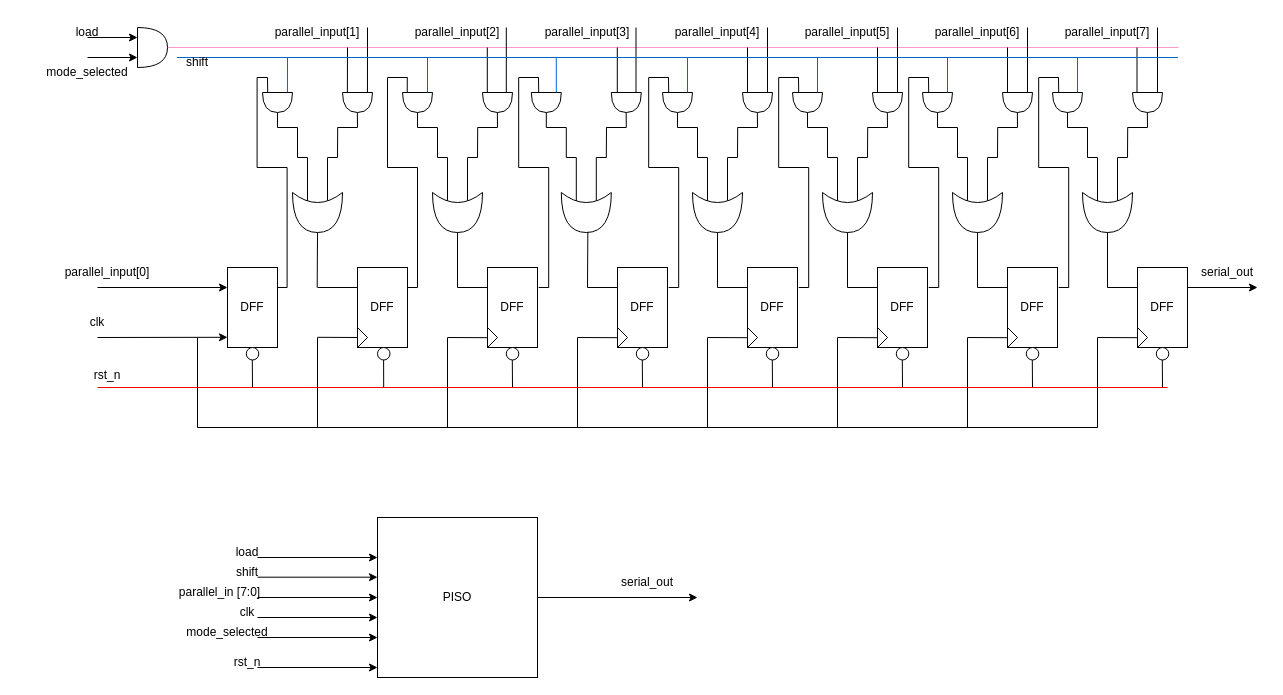
Before: page "PISO" (3 of 4) of Untitled Diagram.drawio in 106210049/SIPO_PISO, a draw.io diagram. Source tidied: cells renumbered, new cells numbered last; positions are measured from the earlier drawing's top-left corner, leaving out a move shared by most shapes. Both pictures are drawn from the tidied source at 100%, with x=0, y=0 at pixel (57, 17).
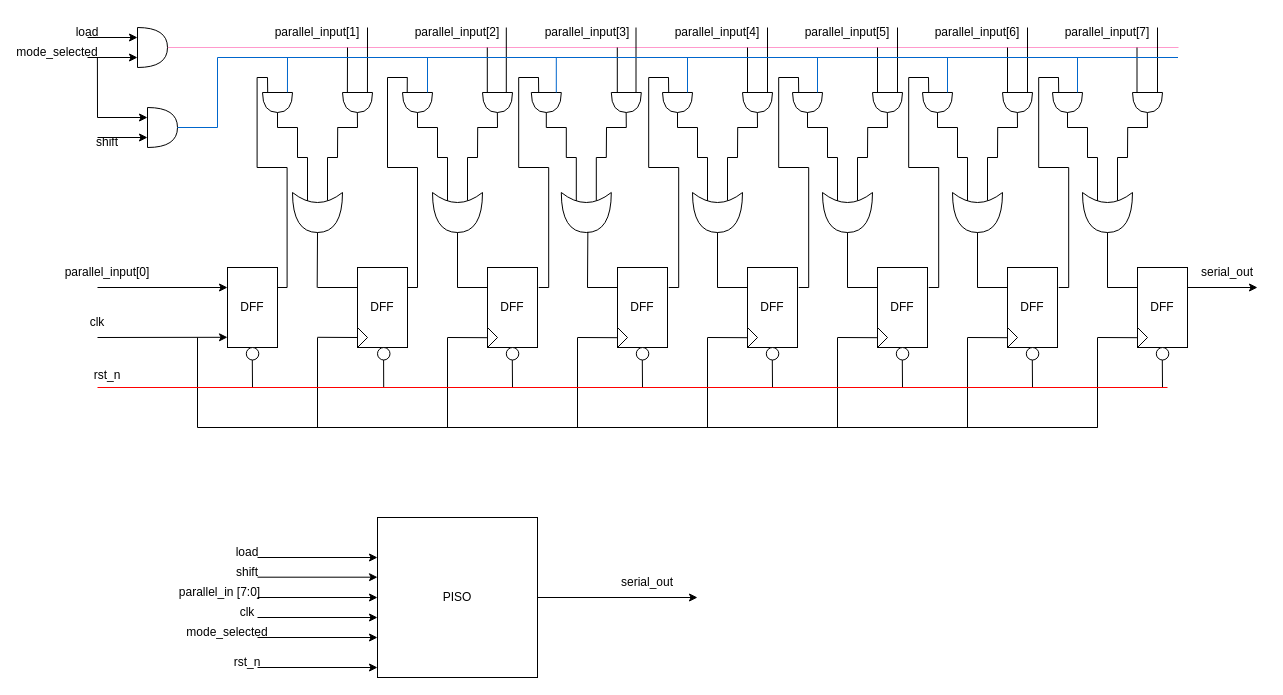
After the change.

The edit, as a diff of the source:
```diff
@@
     <mxCell id="173" style="endArrow=none;html=1;rounded=0;fontFamily=Helvetica;fontSize=12;fontColor=default;strokeColor=#0066CC;" parent="1" edge="1">
       <mxGeometry relative="1" as="geometry">
-        <mxPoint x="119.5" y="40" as="sourcePoint" />
+        <mxPoint x="160" y="40" as="sourcePoint" />
         <mxPoint x="1120.5" y="40" as="targetPoint" />
       </mxGeometry>
     </mxCell>
@@
     <mxCell id="224" value="shift" style="text;strokeColor=none;align=center;fillColor=none;html=1;verticalAlign=middle;whiteSpace=wrap;rounded=0;fontFamily=Helvetica;fontSize=12;fontColor=default;" parent="1" vertex="1">
-      <mxGeometry x="110" y="30" width="60" height="30" as="geometry" />
+      <mxGeometry x="20" y="110" width="60" height="30" as="geometry" />
     </mxCell>
@@
     <mxCell id="229" value="mode_selected" style="text;strokeColor=none;align=center;fillColor=none;html=1;verticalAlign=middle;whiteSpace=wrap;rounded=0;fontFamily=Helvetica;fontSize=12;fontColor=default;" parent="1" vertex="1">
-      <mxGeometry y="40" width="60" height="30" as="geometry" />
+      <mxGeometry x="-30" y="20" width="60" height="30" as="geometry" />
     </mxCell>
@@
+    <mxCell id="255" style="endArrow=none;html=1;rounded=0;strokeColor=#0066CC;" parent="1" edge="1">
+      <mxGeometry relative="1" as="geometry">
+        <mxPoint x="160" y="110" as="sourcePoint" />
+        <mxPoint x="160" y="40" as="targetPoint" />
+      </mxGeometry>
+    </mxCell>
+    <mxCell id="256" style="shape=or;whiteSpace=wrap;html=1;strokeColor=default;align=center;verticalAlign=middle;fontFamily=Helvetica;fontSize=12;fontColor=default;fillColor=default;" parent="1" vertex="1">
+      <mxGeometry x="90" y="90" width="30" height="40" as="geometry" />
+    </mxCell>
+    <mxCell id="257" style="endArrow=none;html=1;rounded=0;strokeColor=#0066CC;" parent="1" edge="1">
+      <mxGeometry relative="1" as="geometry">
+        <mxPoint x="120" y="110" as="sourcePoint" />
+        <mxPoint x="160" y="110" as="targetPoint" />
+      </mxGeometry>
+    </mxCell>
+    <mxCell id="258" style="endArrow=classic;html=1;rounded=0;fontFamily=Helvetica;fontSize=12;fontColor=default;" parent="1" edge="1">
+      <mxGeometry relative="1" as="geometry">
+        <mxPoint x="40" y="120" as="sourcePoint" />
+        <mxPoint x="90" y="120" as="targetPoint" />
+      </mxGeometry>
+    </mxCell>
+    <mxCell id="259" style="endArrow=none;html=1;rounded=0;" parent="1" edge="1">
+      <mxGeometry relative="1" as="geometry">
+        <mxPoint x="40" y="100" as="sourcePoint" />
+        <mxPoint x="39.9" y="40" as="targetPoint" />
+      </mxGeometry>
+    </mxCell>
+    <mxCell id="260" style="endArrow=classic;html=1;rounded=0;entryX=0;entryY=0.25;entryDx=0;entryDy=0;entryPerimeter=0;" parent="1" edge="1" target="256">
+      <mxGeometry relative="1" as="geometry">
+        <mxPoint x="40" y="100" as="sourcePoint" />
+      </mxGeometry>
+    </mxCell>
```
